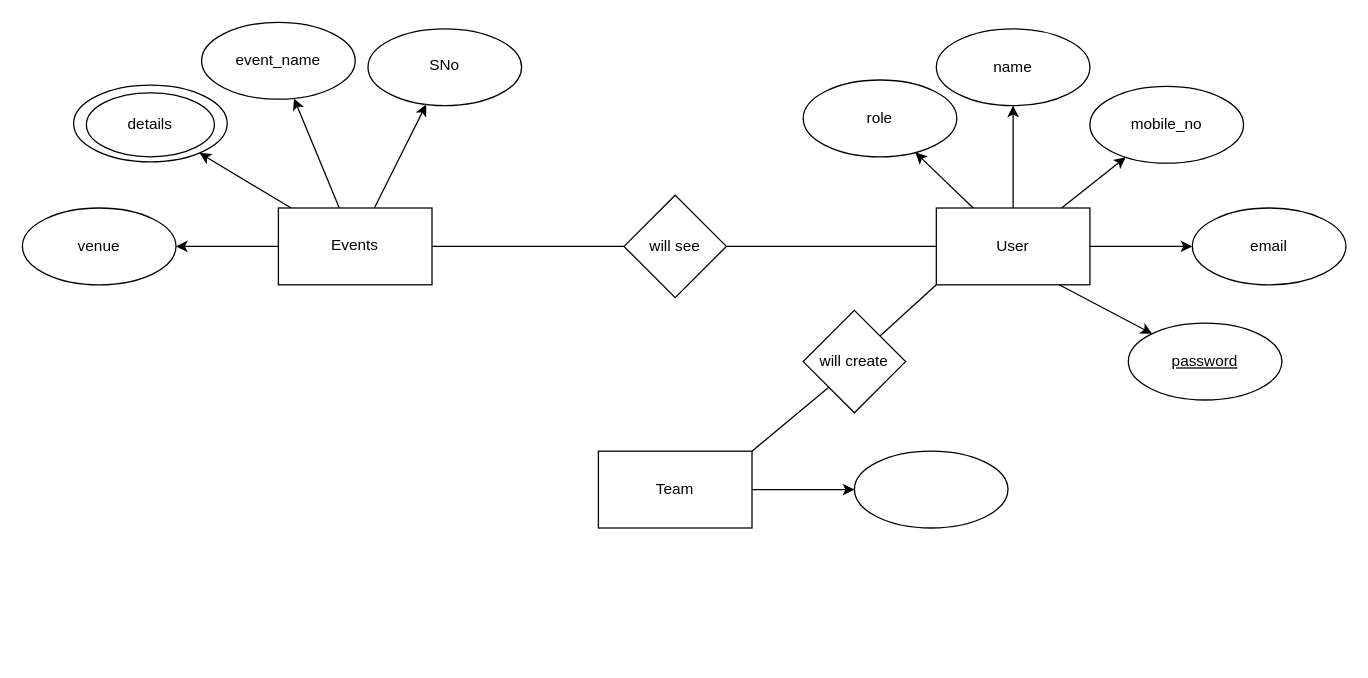
Above: Event_Management.drawio in choudhary-vaibhav/ER-Diagrams (draw.io), before the change. Source tidied: cells renumbered, new cells numbered last; positions are measured from the earlier drawing's top-left corner, leaving out a move shared by most shapes. Both pictures are drawn from the tidied source at 128%, with x=0, y=0 at pixel (22, 22).
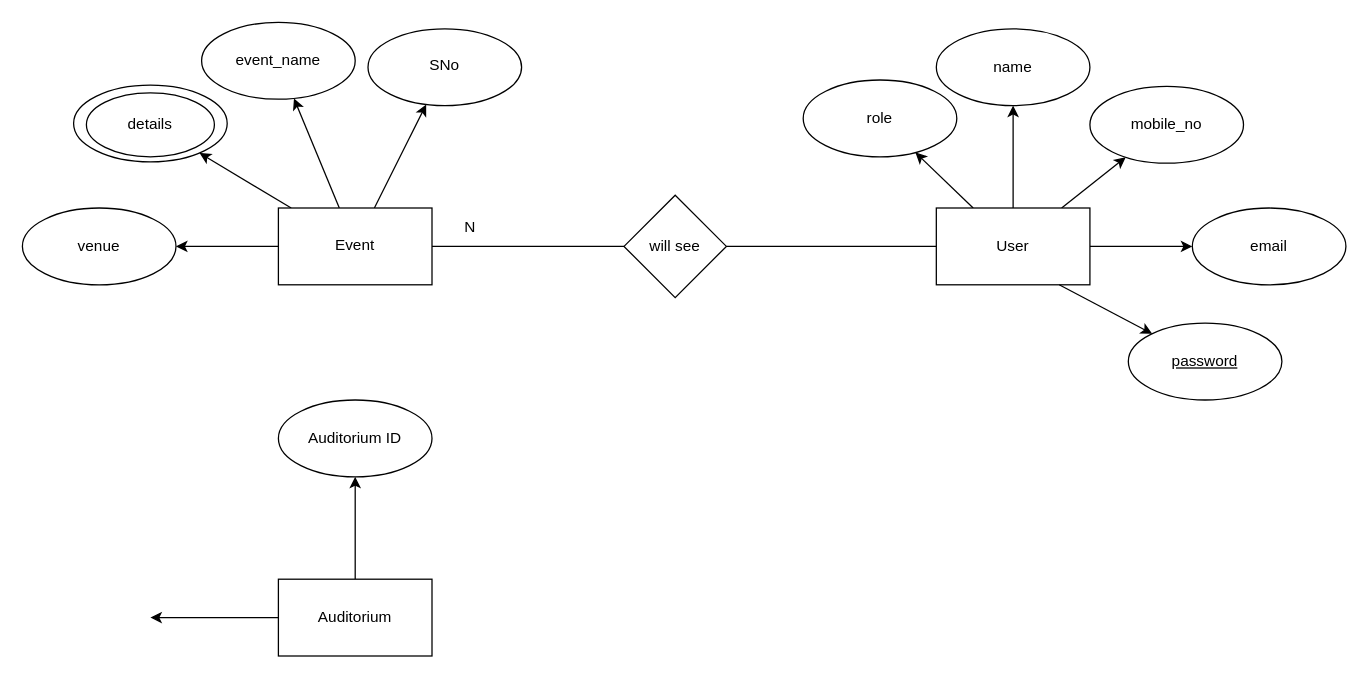
After the change.

The change refers to these unchanged cells:
```xml
<mxCell id="6" style="rounded=0;whiteSpace=wrap;html=1;" parent="1" vertex="1">
  <mxGeometry x="714" y="145" width="120" height="60" as="geometry" />
</mxCell>
```

Diff of the diagram source:
```diff
@@
-    <mxCell id="23" value="Events" style="text;html=1;strokeColor=none;fillColor=none;align=center;verticalAlign=middle;whiteSpace=wrap;rounded=0;" parent="1" vertex="1">
+    <mxCell id="23" value="Event" style="text;html=1;strokeColor=none;fillColor=none;align=center;verticalAlign=middle;whiteSpace=wrap;rounded=0;" parent="1" vertex="1">
       <mxGeometry x="230" y="159" width="60" height="30" as="geometry" />
     </mxCell>
@@
-    <mxCell id="33" style="edgeStyle=none;rounded=0;jettySize=auto;html=1;" parent="1" edge="1" source="34" target="38">
-      <mxGeometry relative="1" as="geometry" />
-    </mxCell>
-    <mxCell id="34" value="Team" style="rounded=0;whiteSpace=wrap;html=1;" parent="1" vertex="1">
-      <mxGeometry x="450" y="335" width="120" height="60" as="geometry" />
-    </mxCell>
-    <mxCell id="35" value="will create" style="rhombus;whiteSpace=wrap;html=1;" parent="1" vertex="1">
-      <mxGeometry x="610" y="225" width="80" height="80" as="geometry" />
-    </mxCell>
-    <mxCell id="36" style="endArrow=none;html=1;rounded=0;entryX=0;entryY=1;entryDx=0;entryDy=0;exitX=1;exitY=0;exitDx=0;exitDy=0;" parent="1" edge="1" source="35" target="6">
-      <mxGeometry relative="1" as="geometry" />
-    </mxCell>
-    <mxCell id="37" style="endArrow=none;html=1;rounded=0;entryX=0;entryY=1;entryDx=0;entryDy=0;exitX=1;exitY=0;exitDx=0;exitDy=0;" parent="1" edge="1" source="34" target="35">
-      <mxGeometry relative="1" as="geometry" />
-    </mxCell>
-    <mxCell id="38" style="ellipse;whiteSpace=wrap;html=1;rounded=0;" parent="1" vertex="1">
-      <mxGeometry x="650" y="335" width="120" height="60" as="geometry" />
-    </mxCell>
+    <mxCell id="39" style="edgeStyle=none;rounded=0;jettySize=auto;html=1;" parent="1" edge="1" source="41" target="43">
+      <mxGeometry relative="1" as="geometry" />
+    </mxCell>
+    <mxCell id="40" style="edgeStyle=none;rounded=0;jettySize=auto;html=1;" parent="1" edge="1" source="41">
+      <mxGeometry relative="1" as="geometry">
+        <mxPoint x="100" y="465" as="targetPoint" />
+      </mxGeometry>
+    </mxCell>
+    <mxCell id="41" value="Auditorium" style="rounded=0;whiteSpace=wrap;html=1;" parent="1" vertex="1">
+      <mxGeometry x="200" y="435" width="120" height="60" as="geometry" />
+    </mxCell>
+    <mxCell id="42" value="N" style="text;html=1;strokeColor=none;fillColor=none;align=center;verticalAlign=middle;whiteSpace=wrap;rounded=0;" parent="1" vertex="1">
+      <mxGeometry x="320" y="145" width="60" height="30" as="geometry" />
+    </mxCell>
+    <mxCell id="43" value="Auditorium ID" style="ellipse;whiteSpace=wrap;html=1;rounded=0;" parent="1" vertex="1">
+      <mxGeometry x="200" y="295" width="120" height="60" as="geometry" />
+    </mxCell>
```
